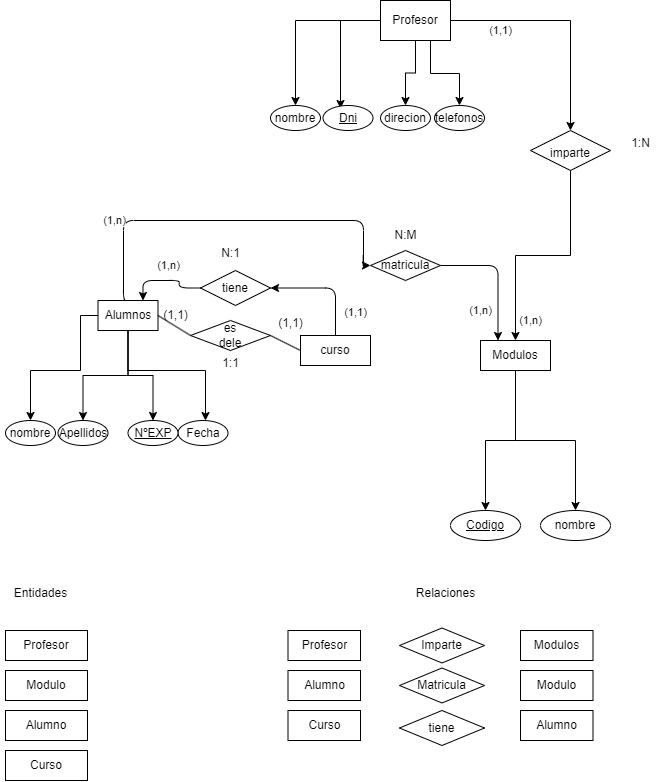
Before: Ejercicios/images/diagrama_BAE_E2.drawio.png, a diagram exported from draw.io (adogonz23/BAE). Source tidied: cells renumbered, new cells last; positions are measured from the earlier drawing's top-left corner, leaving out a move shared by most shapes.
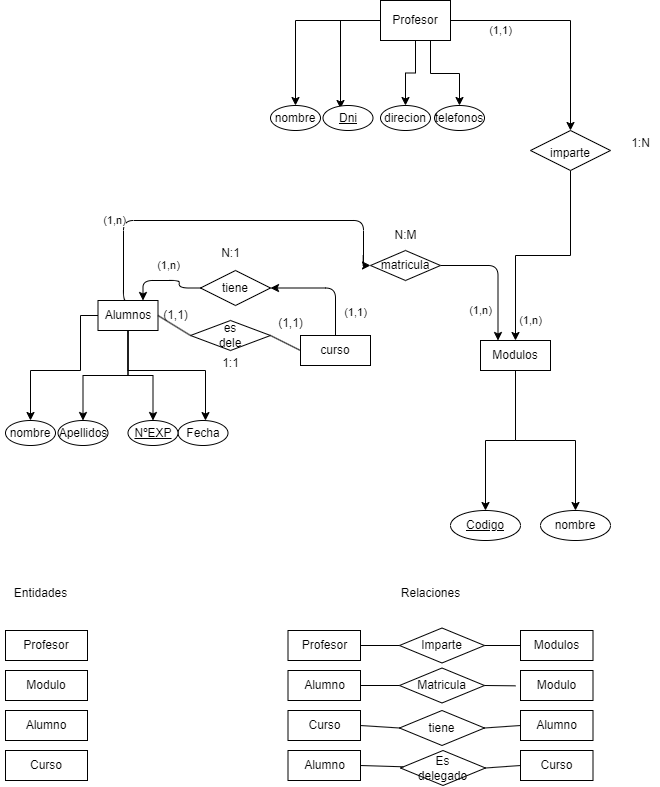
The same file after the commit.

The edit, as a diff of the source:
```diff
@@ -231,7 +231,7 @@
       <mxGeometry x="520" y="630" width="72.5" height="30" as="geometry" />
     </mxCell>
     <mxCell id="65" value="Relaciones" style="text;html=1;align=center;verticalAlign=middle;strokeColor=none;fillColor=none;" parent="1" vertex="1">
-      <mxGeometry x="405" y="578" width="80" height="30" as="geometry" />
+      <mxGeometry x="390" y="578" width="80" height="30" as="geometry" />
     </mxCell>
     <mxCell id="66" value="Imparte" style="rhombus;whiteSpace=wrap;html=1;" parent="1" vertex="1">
       <mxGeometry x="399" y="627.5" width="85" height="35" as="geometry" />
@@ -242,5 +242,38 @@
     <mxCell id="68" value="Matricula" style="rhombus;whiteSpace=wrap;html=1;" parent="1" vertex="1">
       <mxGeometry x="399" y="667.5" width="85" height="35" as="geometry" />
     </mxCell>
+    <mxCell id="69" value="Alumno" style="rounded=0;whiteSpace=wrap;html=1;" parent="1" vertex="1">
+      <mxGeometry x="287.5" y="750" width="72.5" height="30" as="geometry" />
+    </mxCell>
+    <mxCell id="70" value="Curso" style="rounded=0;whiteSpace=wrap;html=1;" parent="1" vertex="1">
+      <mxGeometry x="520" y="750" width="72.5" height="30" as="geometry" />
+    </mxCell>
+    <mxCell id="71" value="Es&lt;br&gt;delegado" style="rhombus;whiteSpace=wrap;html=1;" parent="1" vertex="1">
+      <mxGeometry x="400" y="750" width="85" height="35" as="geometry" />
+    </mxCell>
+    <mxCell id="72" style="endArrow=none;html=1;rounded=0;entryX=1;entryY=0.5;entryDx=0;entryDy=0;exitX=0;exitY=0.5;exitDx=0;exitDy=0;" parent="1" edge="1" source="66" target="59">
+      <mxGeometry relative="1" as="geometry" />
+    </mxCell>
+    <mxCell id="73" style="endArrow=none;html=1;rounded=0;entryX=1;entryY=0.5;entryDx=0;entryDy=0;" parent="1" edge="1" source="71" target="69">
+      <mxGeometry relative="1" as="geometry" />
+    </mxCell>
+    <mxCell id="74" style="endArrow=none;html=1;rounded=0;entryX=1;entryY=0.5;entryDx=0;entryDy=0;exitX=0;exitY=0.5;exitDx=0;exitDy=0;" parent="1" edge="1" source="67" target="61">
+      <mxGeometry relative="1" as="geometry" />
+    </mxCell>
+    <mxCell id="75" style="endArrow=none;html=1;rounded=0;entryX=1;entryY=0.5;entryDx=0;entryDy=0;exitX=0;exitY=0.5;exitDx=0;exitDy=0;" parent="1" edge="1" source="68" target="60">
+      <mxGeometry relative="1" as="geometry" />
+    </mxCell>
+    <mxCell id="76" style="endArrow=none;html=1;rounded=0;entryX=1;entryY=0.5;entryDx=0;entryDy=0;exitX=-0.069;exitY=0.511;exitDx=0;exitDy=0;exitPerimeter=0;" parent="1" edge="1" source="63" target="68">
+      <mxGeometry relative="1" as="geometry" />
+    </mxCell>
+    <mxCell id="77" style="endArrow=none;html=1;rounded=0;entryX=1;entryY=0.5;entryDx=0;entryDy=0;exitX=0;exitY=0.5;exitDx=0;exitDy=0;" parent="1" edge="1" source="62" target="67">
+      <mxGeometry relative="1" as="geometry" />
+    </mxCell>
+    <mxCell id="78" style="endArrow=none;html=1;rounded=0;entryX=1;entryY=0.5;entryDx=0;entryDy=0;exitX=0;exitY=0.5;exitDx=0;exitDy=0;" parent="1" edge="1" source="70" target="71">
+      <mxGeometry relative="1" as="geometry" />
+    </mxCell>
+    <mxCell id="79" style="endArrow=none;html=1;rounded=0;entryX=1;entryY=0.5;entryDx=0;entryDy=0;exitX=0;exitY=0.5;exitDx=0;exitDy=0;" parent="1" edge="1" source="64" target="66">
+      <mxGeometry relative="1" as="geometry" />
+    </mxCell>
   </root>
 </mxGraphModel>
```
